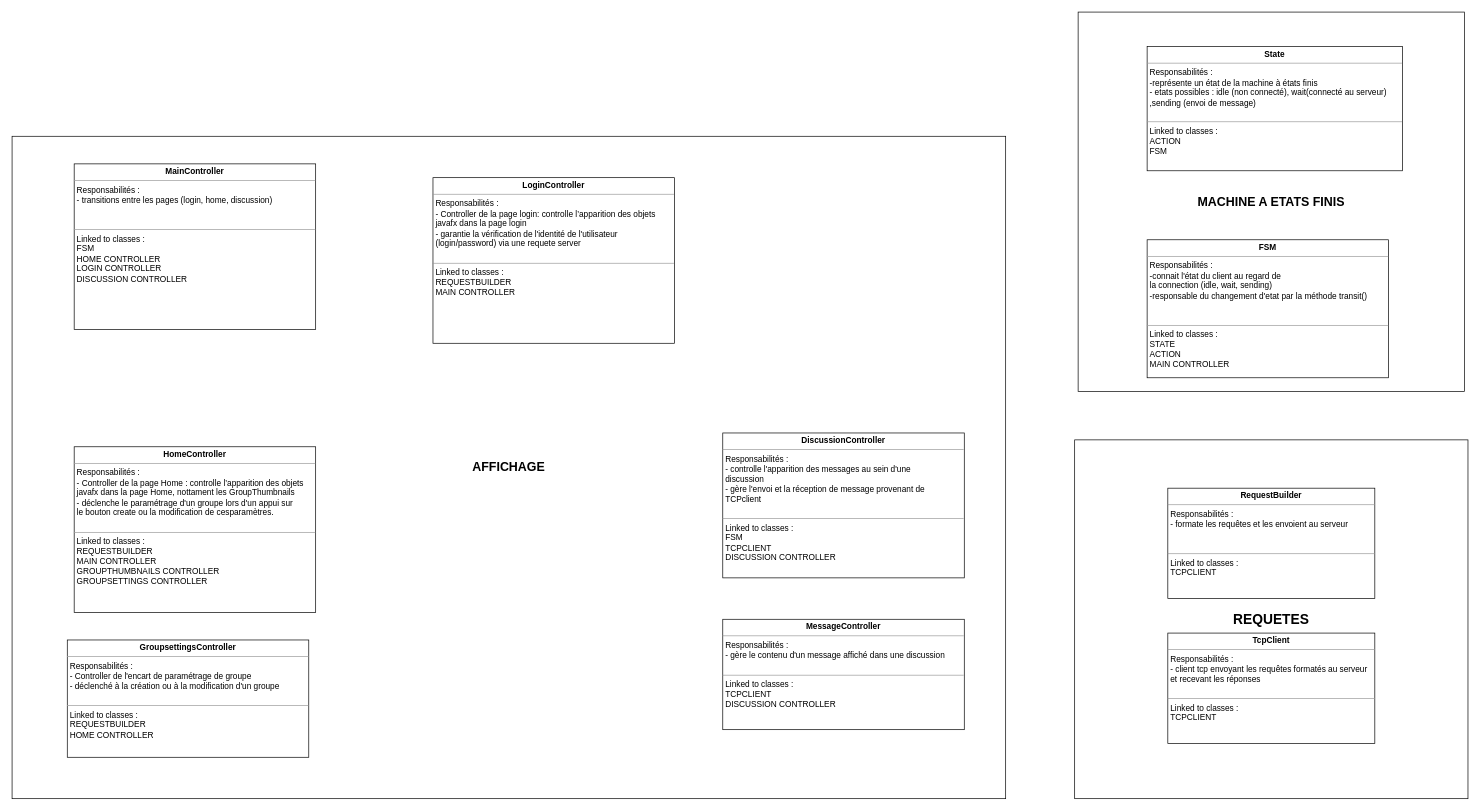
The draw.io diagram docs/CRC/CRC-Client.drawio in Projet-Java-ENSTA-Bretagne/Projet-Conception-Logicielle, before the edit. Source tidied: cells renumbered, new cells numbered last; positions are measured from the earlier drawing's top-left corner, leaving out a move shared by most shapes. Both pictures are drawn from the tidied source at 69%, with x=0, y=0 at pixel (12, 12).
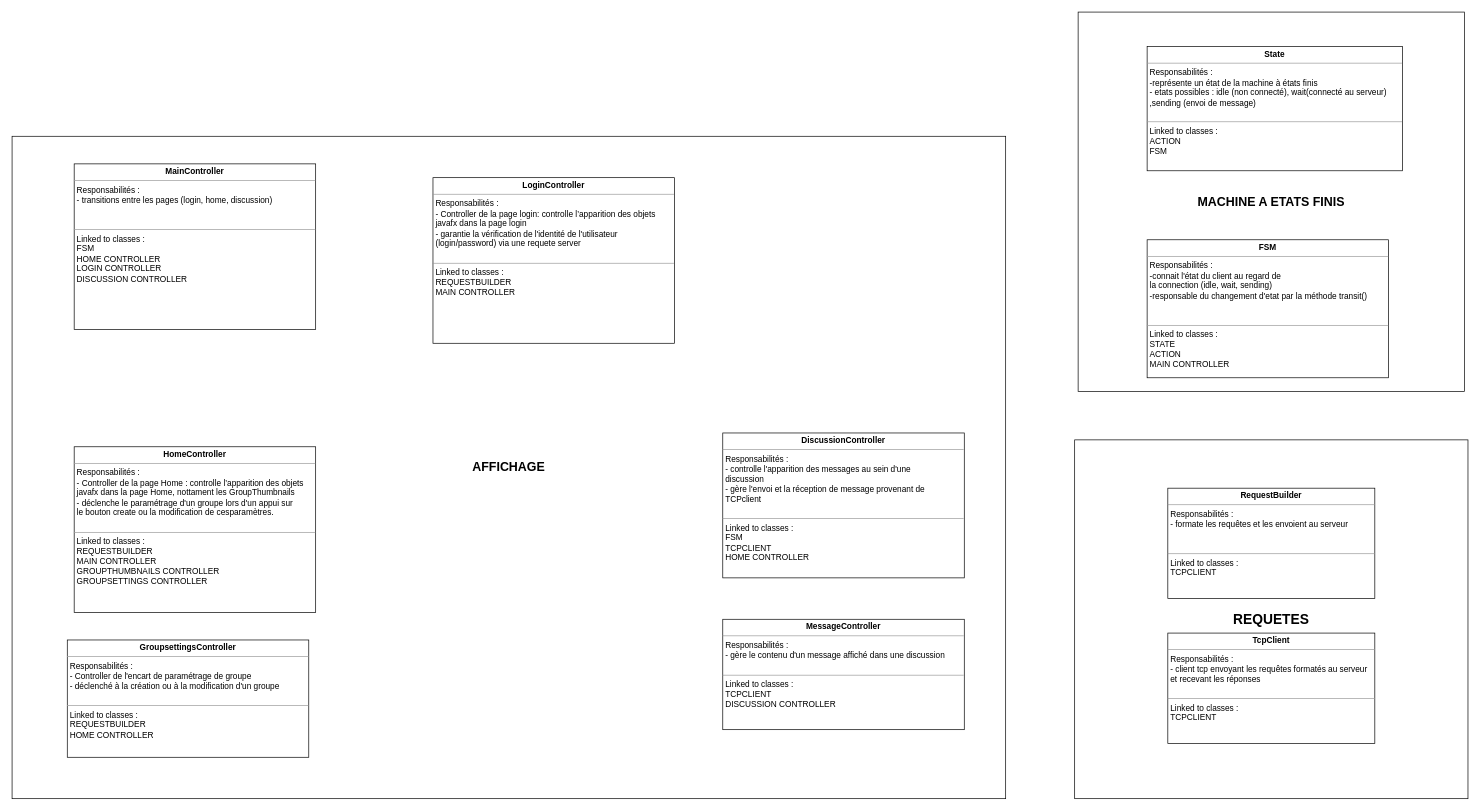
The same diagram, later.

Diff of the diagram source:
```diff
@@
 <mxGraphModel>
   <root>
     <mxCell id="0" />
     <mxCell id="1" parent="0" />
     <mxCell id="2" value="&lt;font style=&quot;font-size: 18px&quot;&gt;&lt;b&gt;MACHINE A ETATS FINIS&lt;/b&gt;&lt;/font&gt;" style="rounded=0;whiteSpace=wrap;html=1;" parent="1" vertex="1">
       <mxGeometry x="1545" width="560" height="550" as="geometry" />
     </mxCell>
     <mxCell id="3" value="&lt;b&gt;&lt;font style=&quot;font-size: 18px&quot;&gt;AFFICHAGE&lt;/font&gt;&lt;/b&gt;" style="rounded=0;whiteSpace=wrap;html=1;" parent="1" vertex="1">
       <mxGeometry y="180" width="1440" height="960" as="geometry" />
     </mxCell>
     <mxCell id="4" value="&lt;b&gt;&lt;font style=&quot;font-size: 20px&quot;&gt;REQUETES&lt;/font&gt;&lt;/b&gt;" style="rounded=0;whiteSpace=wrap;html=1;" parent="1" vertex="1">
       <mxGeometry x="1540" y="620" width="570" height="520" as="geometry" />
     </mxCell>
     <mxCell id="5" value="&lt;p style=&quot;margin: 0px ; margin-top: 4px ; text-align: center&quot;&gt;&lt;b&gt;FSM&lt;/b&gt;&lt;/p&gt;&lt;hr size=&quot;1&quot;&gt;&lt;p style=&quot;margin: 0px ; margin-left: 4px&quot;&gt;Responsabilités : &lt;br&gt;&lt;/p&gt;&lt;p style=&quot;margin: 0px ; margin-left: 4px&quot;&gt;-connait l'état du client au regard de &lt;br&gt;&lt;/p&gt;&lt;p style=&quot;margin: 0px ; margin-left: 4px&quot;&gt;la connection (idle, wait, sending)&lt;/p&gt;&lt;p style=&quot;margin: 0px ; margin-left: 4px&quot;&gt;-responsable du changement d'etat par la méthode transit()&lt;br&gt;&lt;/p&gt;&lt;p style=&quot;margin: 0px ; margin-left: 4px&quot;&gt;&lt;br&gt;&lt;/p&gt;&lt;p style=&quot;margin: 0px ; margin-left: 4px&quot;&gt;&lt;br&gt;&lt;/p&gt;&lt;hr size=&quot;1&quot;&gt;&lt;p style=&quot;margin: 0px ; margin-left: 4px&quot;&gt;Linked to classes : &lt;br&gt;&lt;/p&gt;&lt;p style=&quot;margin: 0px ; margin-left: 4px&quot;&gt;STATE&lt;/p&gt;&lt;p style=&quot;margin: 0px ; margin-left: 4px&quot;&gt;ACTION&lt;/p&gt;&lt;p style=&quot;margin: 0px ; margin-left: 4px&quot;&gt;MAIN CONTROLLER&lt;/p&gt;" style="verticalAlign=top;align=left;overflow=fill;fontSize=12;fontFamily=Helvetica;html=1;" parent="1" vertex="1">
       <mxGeometry x="1645" y="330" width="350" height="200" as="geometry" />
     </mxCell>
     <mxCell id="6" value="&lt;p style=&quot;margin: 0px ; margin-top: 4px ; text-align: center&quot;&gt;&lt;b&gt;MainController&lt;/b&gt;&lt;br&gt;&lt;/p&gt;&lt;hr size=&quot;1&quot;&gt;&lt;p style=&quot;margin: 0px ; margin-left: 4px&quot;&gt;Responsabilités : &lt;br&gt;&lt;/p&gt;&lt;p style=&quot;margin: 0px ; margin-left: 4px&quot;&gt;- transitions entre les pages (login, home, discussion) &lt;br&gt;&lt;/p&gt;&lt;p style=&quot;margin: 0px ; margin-left: 4px&quot;&gt;&lt;br&gt;&lt;/p&gt;&lt;p style=&quot;margin: 0px ; margin-left: 4px&quot;&gt;&lt;br&gt;&lt;/p&gt;&lt;hr size=&quot;1&quot;&gt;&lt;p style=&quot;margin: 0px ; margin-left: 4px&quot;&gt;Linked to classes : &lt;br&gt;&lt;/p&gt;&lt;p style=&quot;margin: 0px ; margin-left: 4px&quot;&gt;FSM&lt;/p&gt;&lt;p style=&quot;margin: 0px ; margin-left: 4px&quot;&gt;HOME CONTROLLER&lt;br&gt;&lt;/p&gt;&lt;p style=&quot;margin: 0px ; margin-left: 4px&quot;&gt;LOGIN CONTROLLER&lt;/p&gt;&lt;p style=&quot;margin: 0px ; margin-left: 4px&quot;&gt;DISCUSSION CONTROLLER&lt;br&gt;&lt;/p&gt;" style="verticalAlign=top;align=left;overflow=fill;fontSize=12;fontFamily=Helvetica;html=1;" parent="1" vertex="1">
       <mxGeometry x="90" y="220" width="350" height="240" as="geometry" />
     </mxCell>
     <mxCell id="7" value="&lt;p style=&quot;margin: 0px ; margin-top: 4px ; text-align: center&quot;&gt;&lt;b&gt;HomeController&lt;/b&gt;&lt;br&gt;&lt;/p&gt;&lt;hr size=&quot;1&quot;&gt;&lt;p style=&quot;margin: 0px ; margin-left: 4px&quot;&gt;Responsabilités : &lt;br&gt;&lt;/p&gt;&lt;p style=&quot;margin: 0px ; margin-left: 4px&quot;&gt;- Controller de la page Home : controlle l’apparition des objets &lt;br&gt;&lt;/p&gt;&lt;p style=&quot;margin: 0px ; margin-left: 4px&quot;&gt;javafx dans la page Home, nottament les GroupThumbnails&lt;/p&gt;&lt;p style=&quot;margin: 0px ; margin-left: 4px&quot;&gt;- déclenche le paramétrage d'un groupe lors d'un appui sur&lt;/p&gt;&lt;p style=&quot;margin: 0px ; margin-left: 4px&quot;&gt; le bouton create ou la modification de cesparamètres. &lt;br&gt;&lt;/p&gt;&lt;p style=&quot;margin: 0px ; margin-left: 4px&quot;&gt;&lt;br&gt;&lt;/p&gt;&lt;hr size=&quot;1&quot;&gt;&lt;p style=&quot;margin: 0px ; margin-left: 4px&quot;&gt;Linked to classes : &lt;br&gt;&lt;/p&gt;&lt;p style=&quot;margin: 0px ; margin-left: 4px&quot;&gt;REQUESTBUILDER&lt;br&gt;&lt;/p&gt;&lt;p style=&quot;margin: 0px ; margin-left: 4px&quot;&gt;MAIN CONTROLLER&lt;/p&gt;&lt;p style=&quot;margin: 0px ; margin-left: 4px&quot;&gt;GROUPTHUMBNAILS CONTROLLER&lt;/p&gt;&lt;p style=&quot;margin: 0px ; margin-left: 4px&quot;&gt;GROUPSETTINGS CONTROLLER&lt;br&gt;&lt;/p&gt;" style="verticalAlign=top;align=left;overflow=fill;fontSize=12;fontFamily=Helvetica;html=1;" parent="1" vertex="1">
       <mxGeometry x="90" y="630" width="350" height="240" as="geometry" />
     </mxCell>
     <mxCell id="8" value="&lt;p style=&quot;margin: 0px ; margin-top: 4px ; text-align: center&quot;&gt;&lt;b&gt;LoginController&lt;/b&gt;&lt;br&gt;&lt;/p&gt;&lt;hr size=&quot;1&quot;&gt;&lt;p style=&quot;margin: 0px ; margin-left: 4px&quot;&gt;Responsabilités : &lt;br&gt;&lt;/p&gt;&lt;p style=&quot;margin: 0px ; margin-left: 4px&quot;&gt;- Controller de la page login: controlle l’apparition des objets &lt;br&gt;&lt;/p&gt;&lt;p style=&quot;margin: 0px ; margin-left: 4px&quot;&gt;javafx dans la page login&lt;/p&gt;&lt;p style=&quot;margin: 0px ; margin-left: 4px&quot;&gt;- garantie la vérification de l'identité de l'utilisateur &lt;br&gt;&lt;/p&gt;&lt;p style=&quot;margin: 0px ; margin-left: 4px&quot;&gt;(login/password) via une requete server&lt;br&gt;&lt;/p&gt;&lt;p style=&quot;margin: 0px ; margin-left: 4px&quot;&gt;&lt;br&gt;&lt;/p&gt;&lt;hr size=&quot;1&quot;&gt;&lt;p style=&quot;margin: 0px ; margin-left: 4px&quot;&gt;Linked to classes : &lt;br&gt;&lt;/p&gt;&lt;p style=&quot;margin: 0px ; margin-left: 4px&quot;&gt;REQUESTBUILDER&lt;br&gt;&lt;/p&gt;&lt;p style=&quot;margin: 0px ; margin-left: 4px&quot;&gt;MAIN CONTROLLER&lt;/p&gt;" style="verticalAlign=top;align=left;overflow=fill;fontSize=12;fontFamily=Helvetica;html=1;" parent="1" vertex="1">
       <mxGeometry x="610" y="240" width="350" height="240" as="geometry" />
     </mxCell>
     <mxCell id="9" value="&lt;p style=&quot;margin: 0px ; margin-top: 4px ; text-align: center&quot;&gt;&lt;b&gt;RequestBuilder&lt;/b&gt;&lt;br&gt;&lt;/p&gt;&lt;hr size=&quot;1&quot;&gt;&lt;p style=&quot;margin: 0px ; margin-left: 4px&quot;&gt;Responsabilités : &lt;br&gt;&lt;/p&gt;&lt;p style=&quot;margin: 0px ; margin-left: 4px&quot;&gt;- formate les requêtes et les envoient au serveur&lt;br&gt;&lt;/p&gt;&lt;br&gt;&lt;p style=&quot;margin: 0px ; margin-left: 4px&quot;&gt;&lt;br&gt;&lt;/p&gt;&lt;hr size=&quot;1&quot;&gt;&lt;p style=&quot;margin: 0px ; margin-left: 4px&quot;&gt;Linked to classes : &lt;br&gt;&lt;/p&gt;&lt;p style=&quot;margin: 0px ; margin-left: 4px&quot;&gt;TCPCLIENT&lt;br&gt;&lt;/p&gt;" style="verticalAlign=top;align=left;overflow=fill;fontSize=12;fontFamily=Helvetica;html=1;" parent="1" vertex="1">
       <mxGeometry x="1675" y="690" width="300" height="160" as="geometry" />
     </mxCell>
     <mxCell id="10" value="&lt;p style=&quot;margin: 0px ; margin-top: 4px ; text-align: center&quot;&gt;&lt;b&gt;TcpClient&lt;/b&gt;&lt;br&gt;&lt;/p&gt;&lt;hr size=&quot;1&quot;&gt;&lt;p style=&quot;margin: 0px ; margin-left: 4px&quot;&gt;Responsabilités : &lt;br&gt;&lt;/p&gt;&lt;p style=&quot;margin: 0px ; margin-left: 4px&quot;&gt;- client tcp envoyant les requêtes formatés au serveur&lt;/p&gt;&lt;p style=&quot;margin: 0px ; margin-left: 4px&quot;&gt;et recevant les réponses&lt;/p&gt;&lt;p style=&quot;margin: 0px ; margin-left: 4px&quot;&gt;&lt;br&gt;&lt;/p&gt;&lt;hr size=&quot;1&quot;&gt;&lt;p style=&quot;margin: 0px ; margin-left: 4px&quot;&gt;Linked to classes : &lt;br&gt;&lt;/p&gt;&lt;p style=&quot;margin: 0px ; margin-left: 4px&quot;&gt;TCPCLIENT&lt;br&gt;&lt;/p&gt;" style="verticalAlign=top;align=left;overflow=fill;fontSize=12;fontFamily=Helvetica;html=1;" parent="1" vertex="1">
       <mxGeometry x="1675" y="900" width="300" height="160" as="geometry" />
     </mxCell>
-    <mxCell id="11" value="&lt;p style=&quot;margin: 0px ; margin-top: 4px ; text-align: center&quot;&gt;&lt;b&gt;DiscussionController&lt;/b&gt;&lt;br&gt;&lt;/p&gt;&lt;hr size=&quot;1&quot;&gt;&lt;p style=&quot;margin: 0px ; margin-left: 4px&quot;&gt;Responsabilités : &lt;br&gt;&lt;/p&gt;&lt;p style=&quot;margin: 0px ; margin-left: 4px&quot;&gt;- controlle l'apparition des messages au sein d'une &lt;br&gt;&lt;/p&gt;&lt;p style=&quot;margin: 0px ; margin-left: 4px&quot;&gt;discussion&lt;/p&gt;&lt;p style=&quot;margin: 0px ; margin-left: 4px&quot;&gt;- gère l'envoi et la réception de message provenant de &lt;br&gt;&lt;/p&gt;&lt;p style=&quot;margin: 0px ; margin-left: 4px&quot;&gt;TCPclient&lt;br&gt;&lt;/p&gt;&lt;p style=&quot;margin: 0px ; margin-left: 4px&quot;&gt;&lt;br&gt;&lt;/p&gt;&lt;hr size=&quot;1&quot;&gt;&lt;p style=&quot;margin: 0px ; margin-left: 4px&quot;&gt;Linked to classes : &lt;br&gt;&lt;/p&gt;&lt;p style=&quot;margin: 0px ; margin-left: 4px&quot;&gt;FSM&lt;/p&gt;&lt;p style=&quot;margin: 0px ; margin-left: 4px&quot;&gt;TCPCLIENT&lt;br&gt;&lt;/p&gt;&lt;p style=&quot;margin: 0px ; margin-left: 4px&quot;&gt;DISCUSSION CONTROLLER&lt;br&gt;&lt;/p&gt;" style="verticalAlign=top;align=left;overflow=fill;fontSize=12;fontFamily=Helvetica;html=1;" parent="1" vertex="1">
+    <mxCell id="11" value="&lt;p style=&quot;margin: 0px ; margin-top: 4px ; text-align: center&quot;&gt;&lt;b&gt;DiscussionController&lt;/b&gt;&lt;br&gt;&lt;/p&gt;&lt;hr size=&quot;1&quot;&gt;&lt;p style=&quot;margin: 0px ; margin-left: 4px&quot;&gt;Responsabilités : &lt;br&gt;&lt;/p&gt;&lt;p style=&quot;margin: 0px ; margin-left: 4px&quot;&gt;- controlle l'apparition des messages au sein d'une &lt;br&gt;&lt;/p&gt;&lt;p style=&quot;margin: 0px ; margin-left: 4px&quot;&gt;discussion&lt;/p&gt;&lt;p style=&quot;margin: 0px ; margin-left: 4px&quot;&gt;- gère l'envoi et la réception de message provenant de &lt;br&gt;&lt;/p&gt;&lt;p style=&quot;margin: 0px ; margin-left: 4px&quot;&gt;TCPclient&lt;br&gt;&lt;/p&gt;&lt;p style=&quot;margin: 0px ; margin-left: 4px&quot;&gt;&lt;br&gt;&lt;/p&gt;&lt;hr size=&quot;1&quot;&gt;&lt;p style=&quot;margin: 0px ; margin-left: 4px&quot;&gt;Linked to classes : &lt;br&gt;&lt;/p&gt;&lt;p style=&quot;margin: 0px ; margin-left: 4px&quot;&gt;FSM&lt;/p&gt;&lt;p style=&quot;margin: 0px ; margin-left: 4px&quot;&gt;TCPCLIENT&lt;br&gt;&lt;/p&gt;&lt;p style=&quot;margin: 0px ; margin-left: 4px&quot;&gt;HOME CONTROLLER&lt;br&gt;&lt;/p&gt;" style="verticalAlign=top;align=left;overflow=fill;fontSize=12;fontFamily=Helvetica;html=1;" parent="1" vertex="1">
       <mxGeometry x="1030" y="610" width="350" height="210" as="geometry" />
     </mxCell>
     <mxCell id="12" value="&lt;p style=&quot;margin: 0px ; margin-top: 4px ; text-align: center&quot;&gt;&lt;b&gt;MessageController&lt;/b&gt;&lt;br&gt;&lt;/p&gt;&lt;hr size=&quot;1&quot;&gt;&lt;p style=&quot;margin: 0px ; margin-left: 4px&quot;&gt;Responsabilités : &lt;br&gt;&lt;/p&gt;&lt;p style=&quot;margin: 0px ; margin-left: 4px&quot;&gt;- gère le contenu d'un message affiché dans une discussion&lt;br&gt;&lt;/p&gt;&lt;p style=&quot;margin: 0px ; margin-left: 4px&quot;&gt;&lt;br&gt;&lt;/p&gt;&lt;hr size=&quot;1&quot;&gt;&lt;p style=&quot;margin: 0px ; margin-left: 4px&quot;&gt;Linked to classes : &lt;br&gt;&lt;/p&gt;&lt;p style=&quot;margin: 0px ; margin-left: 4px&quot;&gt;TCPCLIENT&lt;br&gt;&lt;/p&gt;&lt;p style=&quot;margin: 0px ; margin-left: 4px&quot;&gt;DISCUSSION CONTROLLER&lt;br&gt;&lt;/p&gt;" style="verticalAlign=top;align=left;overflow=fill;fontSize=12;fontFamily=Helvetica;html=1;" parent="1" vertex="1">
       <mxGeometry x="1030" y="880" width="350" height="160" as="geometry" />
     </mxCell>
     <mxCell id="13" value="&lt;p style=&quot;margin: 0px ; margin-top: 4px ; text-align: center&quot;&gt;&lt;b&gt;State&lt;/b&gt;&lt;/p&gt;&lt;hr size=&quot;1&quot;&gt;&lt;p style=&quot;margin: 0px ; margin-left: 4px&quot;&gt;Responsabilités : &lt;br&gt;&lt;/p&gt;&lt;p style=&quot;margin: 0px ; margin-left: 4px&quot;&gt;-représente un état de la machine à états finis &lt;br&gt;&lt;/p&gt;&lt;p style=&quot;margin: 0px ; margin-left: 4px&quot;&gt;- etats possibles : idle (non connecté), wait(connecté au serveur)&lt;/p&gt;&lt;p style=&quot;margin: 0px ; margin-left: 4px&quot;&gt;,sending (envoi de message)&lt;br&gt;&lt;/p&gt;&lt;p style=&quot;margin: 0px ; margin-left: 4px&quot;&gt;&lt;br&gt;&lt;/p&gt;&lt;hr size=&quot;1&quot;&gt;&lt;p style=&quot;margin: 0px ; margin-left: 4px&quot;&gt;Linked to classes : &lt;br&gt;&lt;/p&gt;&lt;p style=&quot;margin: 0px ; margin-left: 4px&quot;&gt;ACTION&lt;/p&gt;&lt;p style=&quot;margin: 0px ; margin-left: 4px&quot;&gt;FSM&lt;/p&gt;" style="verticalAlign=top;align=left;overflow=fill;fontSize=12;fontFamily=Helvetica;html=1;" parent="1" vertex="1">
       <mxGeometry x="1645" y="50" width="370" height="180" as="geometry" />
     </mxCell>
     <mxCell id="14" value="&lt;p style=&quot;margin: 0px ; margin-top: 4px ; text-align: center&quot;&gt;&lt;b&gt;GroupsettingsController&lt;/b&gt;&lt;br&gt;&lt;/p&gt;&lt;hr size=&quot;1&quot;&gt;&lt;p style=&quot;margin: 0px ; margin-left: 4px&quot;&gt;Responsabilités : &lt;br&gt;&lt;/p&gt;&lt;p style=&quot;margin: 0px ; margin-left: 4px&quot;&gt;- Controller de l'encart de paramétrage de groupe&lt;br&gt;&lt;/p&gt;&lt;p style=&quot;margin: 0px ; margin-left: 4px&quot;&gt;- déclenché à la création ou à la modification d'un groupe&lt;br&gt;&lt;/p&gt;&lt;p style=&quot;margin: 0px ; margin-left: 4px&quot;&gt;&lt;br&gt;&lt;/p&gt;&lt;hr size=&quot;1&quot;&gt;&lt;p style=&quot;margin: 0px ; margin-left: 4px&quot;&gt;Linked to classes : &lt;br&gt;&lt;/p&gt;&lt;p style=&quot;margin: 0px ; margin-left: 4px&quot;&gt;REQUESTBUILDER&lt;br&gt;&lt;/p&gt;&lt;p style=&quot;margin: 0px ; margin-left: 4px&quot;&gt;HOME CONTROLLER&lt;br&gt;&lt;/p&gt;" style="verticalAlign=top;align=left;overflow=fill;fontSize=12;fontFamily=Helvetica;html=1;" parent="1" vertex="1">
       <mxGeometry x="80" y="910" width="350" height="170" as="geometry" />
     </mxCell>
   </root>
 </mxGraphModel>
```
